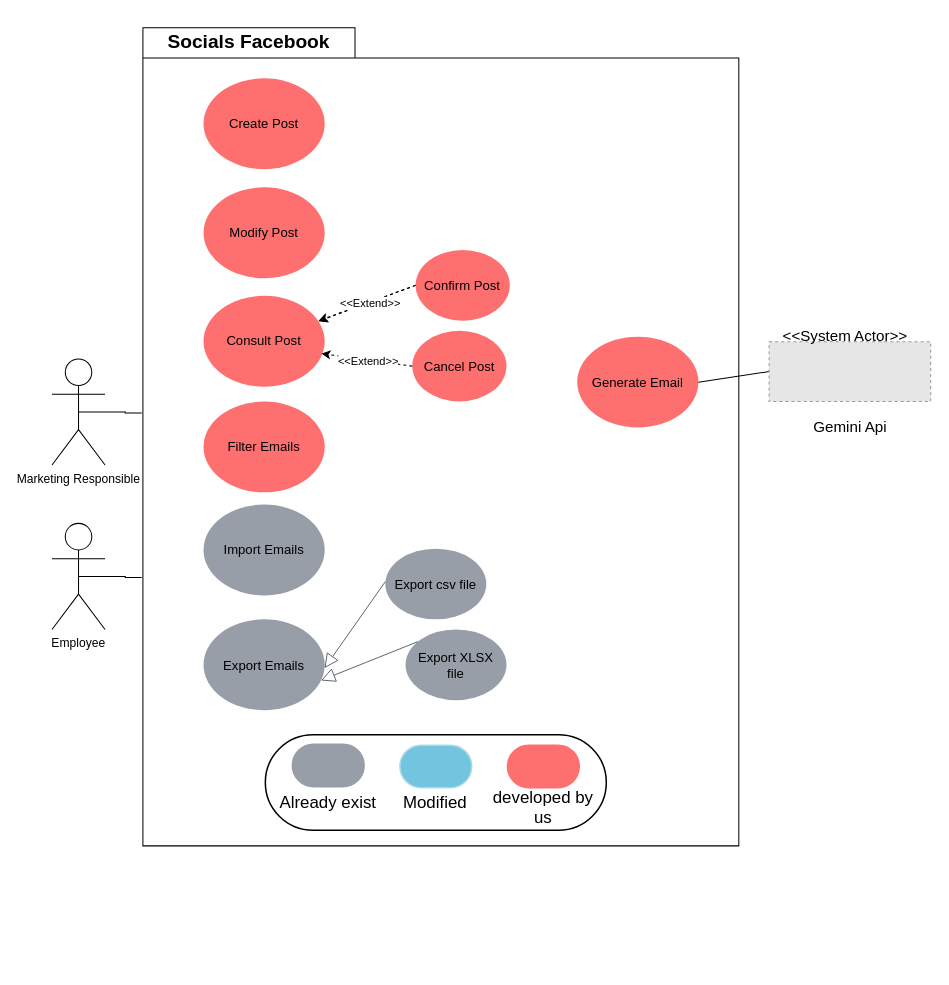
The draw.io diagram SocialFacebook.drawio in oarouay/CV, before the edit. Source tidied: cells renumbered, new cells numbered last; positions are measured from the earlier drawing's top-left corner, leaving out a move shared by most shapes. Both pictures are drawn from the tidied source at 101%, with x=0, y=0 at pixel (52, 27). Pictures stored in the file or linked from it are replaced by grey dashed boxes.
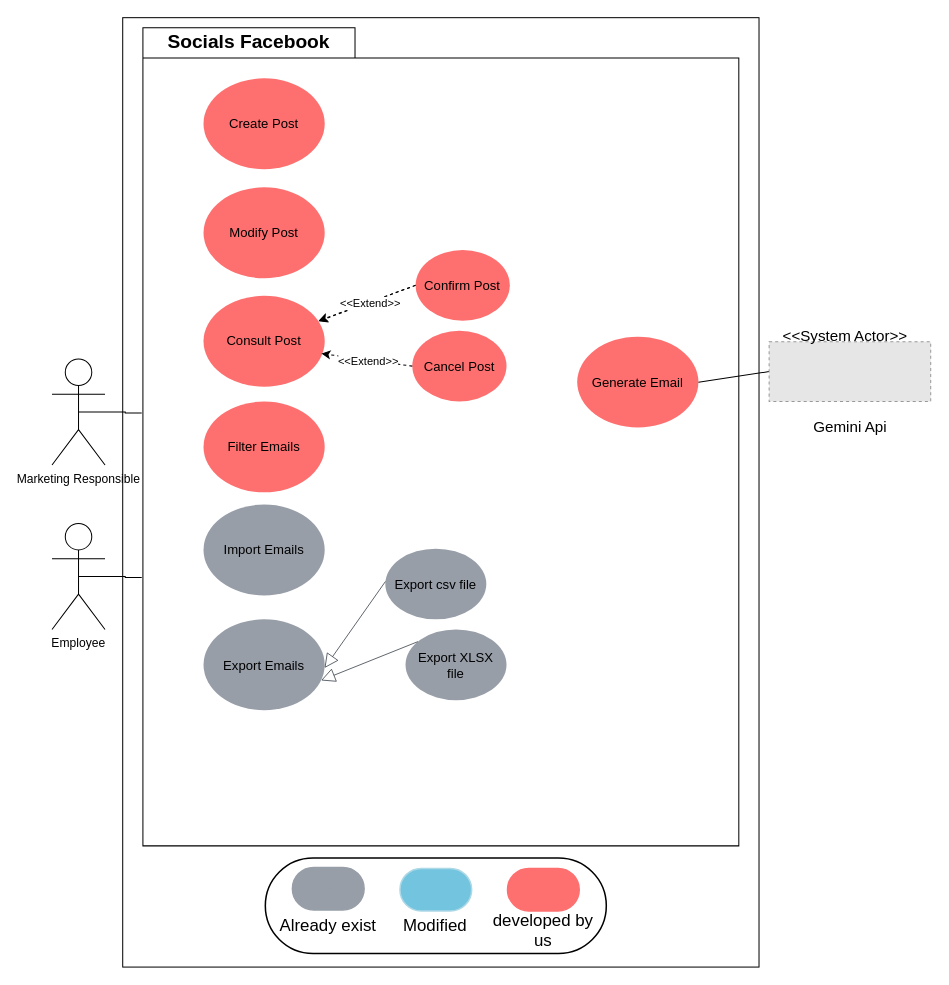
The same diagram, later.

Change to the diagram source:
```diff
@@
+    <mxCell id="37" style="rounded=0;whiteSpace=wrap;html=1;" parent="1" vertex="1">
+      <mxGeometry x="70" y="-10" width="630" height="940" as="geometry" />
+    </mxCell>
@@
     <mxCell id="6" style="html=1;overflow=block;blockSpacing=1;whiteSpace=wrap;fontSize=16.7;fontColor=default;spacing=3.8;strokeOpacity=100;fillOpacity=100;rounded=1;absoluteArcSize=1;arcSize=162;fillColor=#ffffff;strokeWidth=1.5;lucidId=qHtdmG4HjMHo;" parent="1" vertex="1">
-      <mxGeometry x="211.2" y="700" width="337.6" height="94.5" as="geometry" />
+      <mxGeometry x="211.2" y="822" width="337.6" height="94.5" as="geometry" />
     </mxCell>
```
